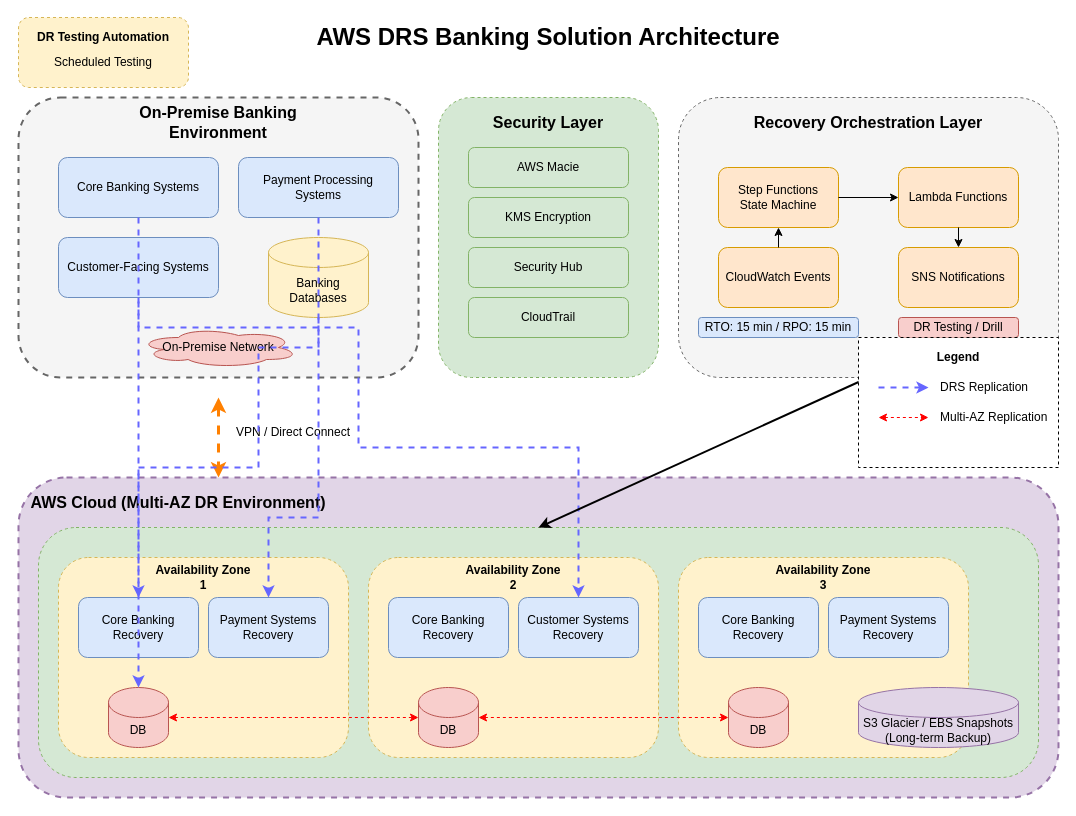
jimmy622001/AWS_DRS_POC keeps this draw.io diagram as docs/DR AWS.drawio. Above is the earlier version. Source tidied: cells renumbered, new cells numbered last; positions are measured from the earlier drawing's top-left corner, leaving out a move shared by most shapes. Both pictures are drawn from the tidied source at 100%, with x=0, y=0 at pixel (18, 17).
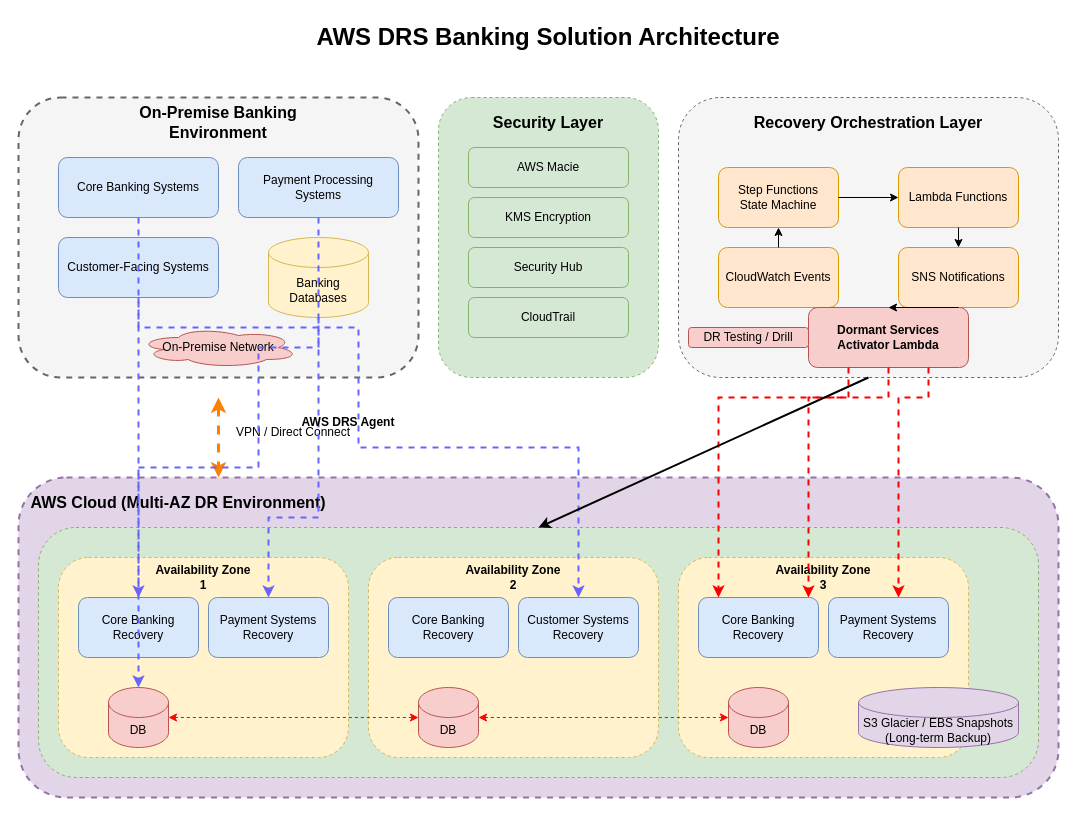
After the change.

The change refers to these unchanged cells:
```xml
<mxCell id="35" value="SNS Notifications" style="rounded=1;whiteSpace=wrap;html=1;fillColor=#ffe6cc;strokeColor=#d79b00;" parent="1" vertex="1">
  <mxGeometry x="880" y="230" width="120" height="60" as="geometry" />
</mxCell>
```

Change to the diagram source:
```diff
@@
-    <mxCell id="10" style="endArrow=classic;startArrow=classic;html=1;rounded=0;strokeWidth=3;dashed=1;strokeColor=#FF8000;" parent="1" edge="1">
-      <mxGeometry relative="1" as="geometry">
-        <mxPoint x="200" y="380" as="sourcePoint" />
-        <mxPoint x="200" y="460" as="targetPoint" />
-      </mxGeometry>
-    </mxCell>
+    <mxCell id="64" style="endArrow=classic;startArrow=classic;html=1;rounded=0;strokeWidth=3;dashed=1;strokeColor=#FF8000;" parent="1" edge="1">
+      <mxGeometry relative="1" as="geometry">
+        <mxPoint x="200" y="380" as="sourcePoint" />
+        <mxPoint x="200" y="460" as="targetPoint" />
+      </mxGeometry>
+    </mxCell>
@@
-    <mxCell id="36" value="RTO: 15 min / RPO: 15 min" style="text;html=1;strokeColor=#6c8ebf;fillColor=#dae8fc;align=center;verticalAlign=middle;whiteSpace=wrap;rounded=1;" parent="1" vertex="1">
-      <mxGeometry x="680" y="300" width="160" height="20" as="geometry" />
-    </mxCell>
-    <mxCell id="37" value="DR Testing / Drill" style="text;html=1;strokeColor=#b85450;fillColor=#f8cecc;align=center;verticalAlign=middle;whiteSpace=wrap;rounded=1;" parent="1" vertex="1">
-      <mxGeometry x="880" y="300" width="120" height="20" as="geometry" />
-    </mxCell>
+    <mxCell id="65" value="Dormant Services&#10;Activator Lambda" style="rounded=1;whiteSpace=wrap;html=1;fillColor=#f8cecc;strokeColor=#b85450;fontStyle=1;" parent="1" vertex="1">
+      <mxGeometry x="790" y="290" width="160" height="60" as="geometry" />
+    </mxCell>
@@
+    <mxCell id="66" style="endArrow=classic;html=1;rounded=0;exitX=0.5;exitY=1;exitDx=0;exitDy=0;entryX=0.5;entryY=0;entryDx=0;entryDy=0;" parent="1" edge="1" source="35" target="65">
+      <mxGeometry relative="1" as="geometry" />
+    </mxCell>
+    <mxCell id="67" style="endArrow=classic;html=1;rounded=0;exitX=0.25;exitY=1;exitDx=0;exitDy=0;dashed=1;strokeColor=#FF0000;strokeWidth=2;" parent="1" edge="1" source="65">
+      <mxGeometry relative="1" as="geometry">
+        <mxPoint x="700" y="580" as="targetPoint" />
+        <Array as="points">
+          <mxPoint x="830" y="380" />
+          <mxPoint x="700" y="380" />
+        </Array>
+      </mxGeometry>
+    </mxCell>
+    <mxCell id="68" style="endArrow=classic;html=1;rounded=0;exitX=0.75;exitY=1;exitDx=0;exitDy=0;dashed=1;strokeColor=#FF0000;strokeWidth=2;" parent="1" edge="1" source="65">
+      <mxGeometry relative="1" as="geometry">
+        <mxPoint x="880" y="580" as="targetPoint" />
+        <Array as="points">
+          <mxPoint x="910" y="380" />
+          <mxPoint x="880" y="380" />
+        </Array>
+      </mxGeometry>
+    </mxCell>
+    <mxCell id="69" style="endArrow=classic;html=1;rounded=0;exitX=0.5;exitY=1;exitDx=0;exitDy=0;dashed=1;strokeColor=#FF0000;strokeWidth=2;" parent="1" edge="1" source="65">
+      <mxGeometry relative="1" as="geometry">
+        <mxPoint x="790" y="580" as="targetPoint" />
+        <Array as="points">
+          <mxPoint x="870" y="380" />
+          <mxPoint x="790" y="380" />
+        </Array>
+      </mxGeometry>
+    </mxCell>
@@
-    <mxCell id="54" style="rounded=1;whiteSpace=wrap;html=1;fillColor=#fff2cc;strokeColor=#d6b656;dashed=1;" parent="1" vertex="1">
-      <mxGeometry width="170" height="70" as="geometry" />
-    </mxCell>
-    <mxCell id="55" value="DR Testing Automation" style="text;html=1;strokeColor=none;fillColor=none;align=center;verticalAlign=middle;whiteSpace=wrap;rounded=0;fontStyle=1;" parent="1" vertex="1">
-      <mxGeometry x="15" y="10" width="140" height="20" as="geometry" />
-    </mxCell>
-    <mxCell id="56" value="Scheduled Testing" style="text;html=1;strokeColor=none;fillColor=none;align=center;verticalAlign=middle;whiteSpace=wrap;rounded=0;" parent="1" vertex="1">
-      <mxGeometry x="15" y="35" width="140" height="20" as="geometry" />
-    </mxCell>
@@
-    <mxCell id="58" style="rounded=0;whiteSpace=wrap;html=1;fillColor=#ffffff;strokeColor=#000000;dashed=1;" parent="1" vertex="1">
-      <mxGeometry x="840" y="320" width="200" height="130" as="geometry" />
-    </mxCell>
-    <mxCell id="59" value="Legend" style="text;html=1;strokeColor=none;fillColor=none;align=center;verticalAlign=middle;whiteSpace=wrap;rounded=0;fontStyle=1;" parent="1" vertex="1">
-      <mxGeometry x="890" y="330" width="100" height="20" as="geometry" />
-    </mxCell>
-    <mxCell id="60" style="endArrow=classic;html=1;rounded=0;dashed=1;strokeWidth=2;strokeColor=#6666FF;" parent="1" edge="1">
-      <mxGeometry relative="1" as="geometry">
-        <mxPoint x="860" y="370" as="sourcePoint" />
-        <mxPoint x="910" y="370" as="targetPoint" />
-      </mxGeometry>
-    </mxCell>
-    <mxCell id="61" value="DRS Replication" style="text;html=1;strokeColor=none;fillColor=none;align=left;verticalAlign=middle;whiteSpace=wrap;rounded=0;" parent="1" vertex="1">
-      <mxGeometry x="920" y="360" width="110" height="20" as="geometry" />
-    </mxCell>
-    <mxCell id="62" style="endArrow=classic;startArrow=classic;html=1;rounded=0;dashed=1;strokeColor=#FF0000;" parent="1" edge="1">
-      <mxGeometry relative="1" as="geometry">
-        <mxPoint x="860" y="400" as="sourcePoint" />
-        <mxPoint x="910" y="400" as="targetPoint" />
-      </mxGeometry>
-    </mxCell>
-    <mxCell id="63" value="Multi-AZ Replication" style="text;html=1;strokeColor=none;fillColor=none;align=left;verticalAlign=middle;whiteSpace=wrap;rounded=0;" parent="1" vertex="1">
-      <mxGeometry x="920" y="390" width="110" height="20" as="geometry" />
-    </mxCell>
+    <mxCell id="70" value="AWS DRS Agent" style="text;html=1;strokeColor=none;fillColor=none;align=center;verticalAlign=middle;whiteSpace=wrap;rounded=0;fontStyle=1;fontSize=12;" parent="1" vertex="1">
+      <mxGeometry x="280" y="395" width="100" height="20" as="geometry" />
+    </mxCell>
+    <mxCell id="37" value="DR Testing / Drill" style="text;html=1;strokeColor=#b85450;fillColor=#f8cecc;align=center;verticalAlign=middle;whiteSpace=wrap;rounded=1;" parent="1" vertex="1">
+      <mxGeometry x="670" y="310" width="120" height="20" as="geometry" />
+    </mxCell>
```
